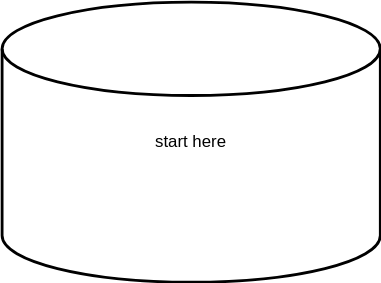
Before: modules/poster/edit/index.drawio.svg, a diagram exported from draw.io (ji-devs/ji-cloud-flowcharts). Source tidied: cells renumbered, new cells last; positions are measured from the earlier drawing's top-left corner, leaving out a move shared by most shapes. Its diagram source:
```xml
<mxGraphModel>
  <root>
    <mxCell id="0" />
    <mxCell id="1" parent="0" />
    <mxCell id="2" value="start here" style="strokeWidth=2;html=1;shape=mxgraph.flowchart.database;whiteSpace=wrap;" parent="1" vertex="1">
      <mxGeometry width="270" height="200" as="geometry" />
    </mxCell>
  </root>
</mxGraphModel>
```
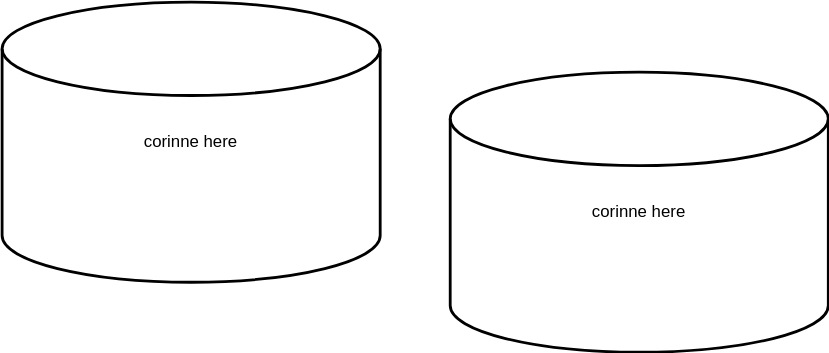
Later version of the same file.

What changed in the source:
```diff
@@ -2,8 +2,11 @@
   <root>
     <mxCell id="0" />
     <mxCell id="1" parent="0" />
-    <mxCell id="2" value="start here" style="strokeWidth=2;html=1;shape=mxgraph.flowchart.database;whiteSpace=wrap;" parent="1" vertex="1">
+    <mxCell id="2" value="corinne here" style="strokeWidth=2;html=1;shape=mxgraph.flowchart.database;whiteSpace=wrap;" parent="1" vertex="1">
       <mxGeometry width="270" height="200" as="geometry" />
     </mxCell>
+    <mxCell id="3" value="corinne here" style="strokeWidth=2;html=1;shape=mxgraph.flowchart.database;whiteSpace=wrap;" parent="1" vertex="1">
+      <mxGeometry x="320" y="50" width="270" height="200" as="geometry" />
+    </mxCell>
   </root>
 </mxGraphModel>
```
